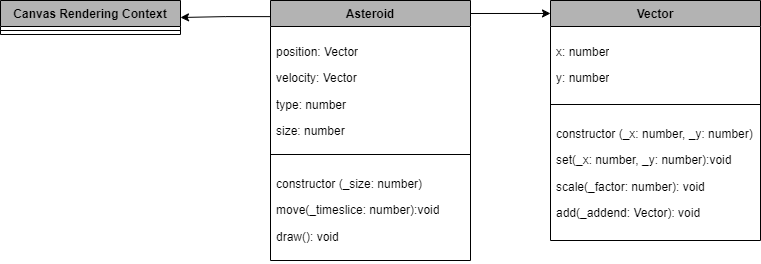
This is AsteroidsGame/Concept/Classes.png from JNiqua/Code-2, a draw.io export, as it was before one commit. Source tidied: cells renumbered, new cells last; positions are measured from the earlier drawing's top-left corner, leaving out a move shared by most shapes. Its diagram source:
```xml
<mxGraphModel background="#ffffff">
  <root>
    <mxCell id="0" />
    <mxCell id="1" parent="0" />
    <mxCell id="2" style="edgeStyle=orthogonalEdgeStyle;rounded=0;jettySize=auto;html=1;fontFamily=Helvetica;fontSize=12;fontColor=#000000;fontStyle=1;labelBackgroundColor=none;strokeColor=#000000;entryX=1;entryY=0.5;entryDx=0;entryDy=0;exitX=0.005;exitY=0.062;exitDx=0;exitDy=0;exitPerimeter=0;" parent="1" edge="1" source="3" target="7">
      <mxGeometry relative="1" as="geometry" />
    </mxCell>
    <mxCell id="3" value="Asteroid" style="swimlane;fontStyle=1;align=center;verticalAlign=top;horizontal=1;startSize=26;whiteSpace=wrap;html=1;strokeColor=#000000;swimlaneFillColor=#FFFFFF;fontFamily=Helvetica;fontSize=12;fontColor=#000000;labelBackgroundColor=none;fillColor=#B3B3B3;" parent="1" vertex="1">
      <mxGeometry x="270" width="200" height="260" as="geometry" />
    </mxCell>
    <mxCell id="4" value="&lt;p&gt;position: Vector&lt;/p&gt;&lt;p&gt;velocity: Vector&lt;/p&gt;&lt;p&gt;type: number&lt;/p&gt;&lt;p&gt;size: number&lt;/p&gt;" style="text;strokeColor=none;fillColor=none;align=left;verticalAlign=top;spacingLeft=4;spacingRight=4;overflow=hidden;whiteSpace=wrap;html=1;fontFamily=Helvetica;fontSize=12;fontColor=#000000;fontStyle=0;labelBackgroundColor=none;" parent="3" vertex="1">
      <mxGeometry y="26" width="200" height="124" as="geometry" />
    </mxCell>
    <mxCell id="5" style="line;strokeWidth=1;fillColor=none;align=left;verticalAlign=middle;spacingTop=-1;spacingLeft=3;spacingRight=3;labelPosition=right;strokeColor=inherit;swimlaneFillColor=#FFFFFF;fontFamily=Helvetica;fontSize=12;fontColor=#000000;fontStyle=0;labelBackgroundColor=none;" parent="3" vertex="1">
      <mxGeometry y="150" width="200" height="8" as="geometry" />
    </mxCell>
    <mxCell id="6" value="&lt;p&gt;constructor (_size: number)&lt;/p&gt;&lt;p&gt;&lt;/p&gt;&lt;p&gt;move(_timeslice: number):void&lt;/p&gt;&lt;p&gt;&lt;/p&gt;&lt;p&gt;draw(): void&amp;nbsp;&lt;/p&gt;" style="text;strokeColor=none;fillColor=none;align=left;verticalAlign=top;spacingLeft=4;spacingRight=4;overflow=hidden;points=[[0,0.5],[1,0.5]];portConstraint=eastwest;whiteSpace=wrap;html=1;fontFamily=Helvetica;fontSize=12;fontColor=#000000;fontStyle=0;labelBackgroundColor=none;" parent="3" vertex="1">
      <mxGeometry y="158" width="200" height="102" as="geometry" />
    </mxCell>
    <mxCell id="7" value="Canvas Rendering Context" style="swimlane;fontStyle=1;align=center;verticalAlign=top;horizontal=1;startSize=26;whiteSpace=wrap;html=1;strokeColor=#000000;swimlaneFillColor=#FFFFFF;fontFamily=Helvetica;fontSize=12;fontColor=#000000;labelBackgroundColor=none;fillColor=#B3B3B3;" parent="1" vertex="1">
      <mxGeometry width="180" height="34" as="geometry" />
    </mxCell>
    <mxCell id="8" style="line;strokeWidth=1;fillColor=none;align=left;verticalAlign=middle;spacingTop=-1;spacingLeft=3;spacingRight=3;labelPosition=right;strokeColor=inherit;swimlaneFillColor=#FFFFFF;fontFamily=Helvetica;fontSize=12;fontColor=#000000;fontStyle=0;labelBackgroundColor=none;" parent="7" vertex="1">
      <mxGeometry y="26" width="180" height="8" as="geometry" />
    </mxCell>
    <mxCell id="9" value="Vector" style="swimlane;fontStyle=1;align=center;verticalAlign=top;horizontal=1;startSize=26;whiteSpace=wrap;html=1;strokeColor=#000000;swimlaneFillColor=#FFFFFF;fontFamily=Helvetica;fontSize=12;fontColor=#000000;labelBackgroundColor=none;fillColor=#B3B3B3;" parent="1" vertex="1">
      <mxGeometry x="550" width="210" height="240" as="geometry" />
    </mxCell>
    <mxCell id="10" value="&lt;p&gt;x: number&lt;/p&gt;&lt;p&gt;y: number&lt;/p&gt;" style="text;strokeColor=none;fillColor=none;align=left;verticalAlign=top;spacingLeft=4;spacingRight=4;overflow=hidden;whiteSpace=wrap;html=1;fontFamily=Helvetica;fontSize=12;fontColor=#000000;fontStyle=0;labelBackgroundColor=none;" parent="9" vertex="1">
      <mxGeometry y="26" width="210" height="74" as="geometry" />
    </mxCell>
    <mxCell id="11" style="line;strokeWidth=1;fillColor=none;align=left;verticalAlign=middle;spacingTop=-1;spacingLeft=3;spacingRight=3;labelPosition=right;strokeColor=inherit;swimlaneFillColor=#FFFFFF;fontFamily=Helvetica;fontSize=12;fontColor=#000000;fontStyle=0;labelBackgroundColor=none;" parent="9" vertex="1">
      <mxGeometry y="100" width="210" height="8" as="geometry" />
    </mxCell>
    <mxCell id="12" value="&lt;p&gt;constructor (_x: number, _y: number)&lt;/p&gt;&lt;p&gt;&lt;/p&gt;&lt;p&gt;set(_x: number, _y: number):void&amp;nbsp;&lt;/p&gt;&lt;p&gt;&lt;/p&gt;&lt;p&gt;scale(_factor: number): void&lt;/p&gt;&lt;p&gt;&lt;/p&gt;&lt;p&gt;add(_addend: Vector): void&lt;/p&gt;" style="text;strokeColor=none;fillColor=none;align=left;verticalAlign=top;spacingLeft=4;spacingRight=4;overflow=hidden;whiteSpace=wrap;html=1;fontFamily=Helvetica;fontSize=12;fontColor=#000000;fontStyle=0;labelBackgroundColor=none;" parent="9" vertex="1">
      <mxGeometry y="108" width="210" height="132" as="geometry" />
    </mxCell>
    <mxCell id="13" style="edgeStyle=orthogonalEdgeStyle;shape=connector;rounded=0;jettySize=auto;html=1;exitX=1;exitY=0.05;exitDx=0;exitDy=0;entryX=0;entryY=0.054;entryDx=0;entryDy=0;entryPerimeter=0;strokeColor=#000000;align=center;verticalAlign=middle;fontFamily=Helvetica;fontSize=12;fontColor=#000000;fontStyle=1;labelBackgroundColor=none;endArrow=classic;exitPerimeter=0;" parent="1" edge="1" source="3" target="9">
      <mxGeometry relative="1" as="geometry" />
    </mxCell>
  </root>
</mxGraphModel>
```
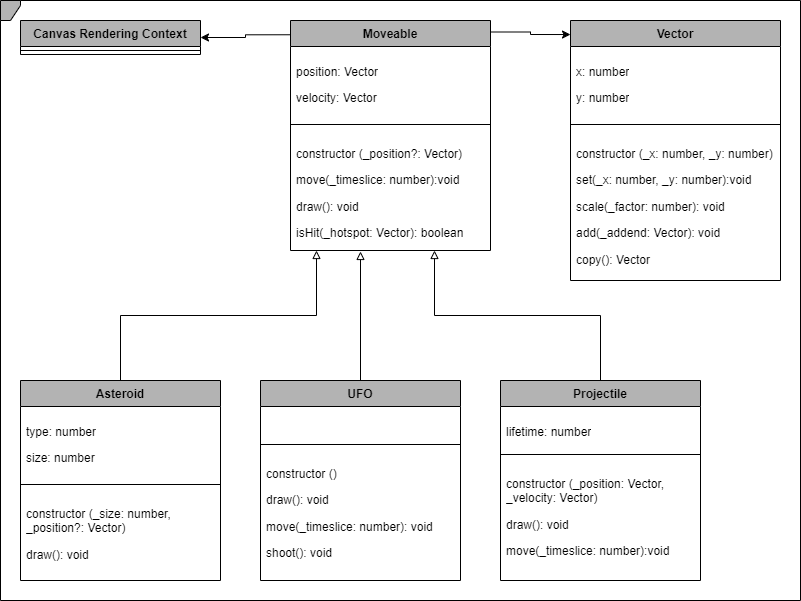
The same file after the commit.

Diff of the diagram source:
```diff
@@ -2,29 +2,32 @@
   <root>
     <mxCell id="0" />
     <mxCell id="1" parent="0" />
+    <mxCell id="14" style="shape=umlFrame;whiteSpace=wrap;html=1;width=20;strokeColor=#000000;align=center;verticalAlign=top;swimlaneFillColor=#FFFFFF;fontFamily=Helvetica;fontSize=12;fontColor=#000000;fontStyle=1;labelBackgroundColor=none;fillColor=#B3B3B3;height=20;" parent="1" vertex="1">
+      <mxGeometry x="-30" y="-20" width="800" height="600" as="geometry" />
+    </mxCell>
-    <mxCell id="2" style="edgeStyle=orthogonalEdgeStyle;rounded=0;jettySize=auto;html=1;fontFamily=Helvetica;fontSize=12;fontColor=#000000;fontStyle=1;labelBackgroundColor=none;strokeColor=#000000;entryX=1;entryY=0.5;entryDx=0;entryDy=0;exitX=0.005;exitY=0.062;exitDx=0;exitDy=0;exitPerimeter=0;" parent="1" edge="1" source="3" target="7">
+    <mxCell id="2" style="edgeStyle=orthogonalEdgeStyle;rounded=0;jettySize=auto;html=1;fontFamily=Helvetica;fontSize=12;fontColor=#000000;fontStyle=1;labelBackgroundColor=none;strokeColor=#000000;entryX=1;entryY=0.5;entryDx=0;entryDy=0;exitX=0.005;exitY=0.062;exitDx=0;exitDy=0;exitPerimeter=0;" parent="14" edge="1" source="3" target="7">
       <mxGeometry relative="1" as="geometry" />
     </mxCell>
-    <mxCell id="3" value="Asteroid" style="swimlane;fontStyle=1;align=center;verticalAlign=top;horizontal=1;startSize=26;whiteSpace=wrap;html=1;strokeColor=#000000;swimlaneFillColor=#FFFFFF;fontFamily=Helvetica;fontSize=12;fontColor=#000000;labelBackgroundColor=none;fillColor=#B3B3B3;" parent="1" vertex="1">
-      <mxGeometry x="270" width="200" height="260" as="geometry" />
+    <mxCell id="3" value="Moveable" style="swimlane;fontStyle=1;align=center;verticalAlign=top;horizontal=1;startSize=26;whiteSpace=wrap;html=1;strokeColor=#000000;swimlaneFillColor=#FFFFFF;fontFamily=Helvetica;fontSize=12;fontColor=#000000;labelBackgroundColor=none;fillColor=#B3B3B3;" parent="14" vertex="1">
+      <mxGeometry x="290" y="20" width="200" height="230" as="geometry" />
     </mxCell>
-    <mxCell id="4" value="&lt;p&gt;position: Vector&lt;/p&gt;&lt;p&gt;velocity: Vector&lt;/p&gt;&lt;p&gt;type: number&lt;/p&gt;&lt;p&gt;size: number&lt;/p&gt;" style="text;strokeColor=none;fillColor=none;align=left;verticalAlign=top;spacingLeft=4;spacingRight=4;overflow=hidden;whiteSpace=wrap;html=1;fontFamily=Helvetica;fontSize=12;fontColor=#000000;fontStyle=0;labelBackgroundColor=none;" parent="3" vertex="1">
-      <mxGeometry y="26" width="200" height="124" as="geometry" />
+    <mxCell id="4" value="&lt;p&gt;position: Vector&lt;/p&gt;&lt;p&gt;velocity: Vector&lt;/p&gt;" style="text;strokeColor=none;fillColor=none;align=left;verticalAlign=top;spacingLeft=4;spacingRight=4;overflow=hidden;whiteSpace=wrap;html=1;fontFamily=Helvetica;fontSize=12;fontColor=#000000;fontStyle=0;labelBackgroundColor=none;" parent="3" vertex="1">
+      <mxGeometry y="26" width="200" height="74" as="geometry" />
     </mxCell>
     <mxCell id="5" style="line;strokeWidth=1;fillColor=none;align=left;verticalAlign=middle;spacingTop=-1;spacingLeft=3;spacingRight=3;labelPosition=right;strokeColor=inherit;swimlaneFillColor=#FFFFFF;fontFamily=Helvetica;fontSize=12;fontColor=#000000;fontStyle=0;labelBackgroundColor=none;" parent="3" vertex="1">
-      <mxGeometry y="150" width="200" height="8" as="geometry" />
+      <mxGeometry y="100" width="200" height="8" as="geometry" />
     </mxCell>
-    <mxCell id="6" value="&lt;p&gt;constructor (_size: number)&lt;/p&gt;&lt;p&gt;&lt;/p&gt;&lt;p&gt;move(_timeslice: number):void&lt;/p&gt;&lt;p&gt;&lt;/p&gt;&lt;p&gt;draw(): void&amp;nbsp;&lt;/p&gt;" style="text;strokeColor=none;fillColor=none;align=left;verticalAlign=top;spacingLeft=4;spacingRight=4;overflow=hidden;points=[[0,0.5],[1,0.5]];portConstraint=eastwest;whiteSpace=wrap;html=1;fontFamily=Helvetica;fontSize=12;fontColor=#000000;fontStyle=0;labelBackgroundColor=none;" parent="3" vertex="1">
-      <mxGeometry y="158" width="200" height="102" as="geometry" />
+    <mxCell id="6" value="&lt;p&gt;constructor (_position?: Vector)&lt;/p&gt;&lt;p&gt;&lt;/p&gt;&lt;p&gt;move(_timeslice: number):void&lt;/p&gt;&lt;p&gt;&lt;/p&gt;&lt;p&gt;draw(): void&amp;nbsp;&lt;/p&gt;&lt;p&gt;isHit(_hotspot: Vector): boolean&lt;/p&gt;" style="text;strokeColor=none;fillColor=none;align=left;verticalAlign=top;spacingLeft=4;spacingRight=4;overflow=hidden;points=[[0,0.5],[1,0.5]];portConstraint=eastwest;whiteSpace=wrap;html=1;fontFamily=Helvetica;fontSize=12;fontColor=#000000;fontStyle=0;labelBackgroundColor=none;" parent="3" vertex="1">
+      <mxGeometry y="108" width="200" height="122" as="geometry" />
     </mxCell>
-    <mxCell id="7" value="Canvas Rendering Context" style="swimlane;fontStyle=1;align=center;verticalAlign=top;horizontal=1;startSize=26;whiteSpace=wrap;html=1;strokeColor=#000000;swimlaneFillColor=#FFFFFF;fontFamily=Helvetica;fontSize=12;fontColor=#000000;labelBackgroundColor=none;fillColor=#B3B3B3;" parent="1" vertex="1">
-      <mxGeometry width="180" height="34" as="geometry" />
+    <mxCell id="7" value="Canvas Rendering Context" style="swimlane;fontStyle=1;align=center;verticalAlign=top;horizontal=1;startSize=26;whiteSpace=wrap;html=1;strokeColor=#000000;swimlaneFillColor=#FFFFFF;fontFamily=Helvetica;fontSize=12;fontColor=#000000;labelBackgroundColor=none;fillColor=#B3B3B3;" parent="14" vertex="1">
+      <mxGeometry x="20" y="20" width="180" height="34" as="geometry" />
     </mxCell>
     <mxCell id="8" style="line;strokeWidth=1;fillColor=none;align=left;verticalAlign=middle;spacingTop=-1;spacingLeft=3;spacingRight=3;labelPosition=right;strokeColor=inherit;swimlaneFillColor=#FFFFFF;fontFamily=Helvetica;fontSize=12;fontColor=#000000;fontStyle=0;labelBackgroundColor=none;" parent="7" vertex="1">
       <mxGeometry y="26" width="180" height="8" as="geometry" />
     </mxCell>
-    <mxCell id="9" value="Vector" style="swimlane;fontStyle=1;align=center;verticalAlign=top;horizontal=1;startSize=26;whiteSpace=wrap;html=1;strokeColor=#000000;swimlaneFillColor=#FFFFFF;fontFamily=Helvetica;fontSize=12;fontColor=#000000;labelBackgroundColor=none;fillColor=#B3B3B3;" parent="1" vertex="1">
-      <mxGeometry x="550" width="210" height="240" as="geometry" />
+    <mxCell id="9" value="Vector" style="swimlane;fontStyle=1;align=center;verticalAlign=top;horizontal=1;startSize=26;whiteSpace=wrap;html=1;strokeColor=#000000;swimlaneFillColor=#FFFFFF;fontFamily=Helvetica;fontSize=12;fontColor=#000000;labelBackgroundColor=none;fillColor=#B3B3B3;" parent="14" vertex="1">
+      <mxGeometry x="570" y="20" width="210" height="260" as="geometry" />
     </mxCell>
     <mxCell id="10" value="&lt;p&gt;x: number&lt;/p&gt;&lt;p&gt;y: number&lt;/p&gt;" style="text;strokeColor=none;fillColor=none;align=left;verticalAlign=top;spacingLeft=4;spacingRight=4;overflow=hidden;whiteSpace=wrap;html=1;fontFamily=Helvetica;fontSize=12;fontColor=#000000;fontStyle=0;labelBackgroundColor=none;" parent="9" vertex="1">
       <mxGeometry y="26" width="210" height="74" as="geometry" />
@@ -32,11 +35,56 @@
     <mxCell id="11" style="line;strokeWidth=1;fillColor=none;align=left;verticalAlign=middle;spacingTop=-1;spacingLeft=3;spacingRight=3;labelPosition=right;strokeColor=inherit;swimlaneFillColor=#FFFFFF;fontFamily=Helvetica;fontSize=12;fontColor=#000000;fontStyle=0;labelBackgroundColor=none;" parent="9" vertex="1">
       <mxGeometry y="100" width="210" height="8" as="geometry" />
     </mxCell>
-    <mxCell id="12" value="&lt;p&gt;constructor (_x: number, _y: number)&lt;/p&gt;&lt;p&gt;&lt;/p&gt;&lt;p&gt;set(_x: number, _y: number):void&amp;nbsp;&lt;/p&gt;&lt;p&gt;&lt;/p&gt;&lt;p&gt;scale(_factor: number): void&lt;/p&gt;&lt;p&gt;&lt;/p&gt;&lt;p&gt;add(_addend: Vector): void&lt;/p&gt;" style="text;strokeColor=none;fillColor=none;align=left;verticalAlign=top;spacingLeft=4;spacingRight=4;overflow=hidden;whiteSpace=wrap;html=1;fontFamily=Helvetica;fontSize=12;fontColor=#000000;fontStyle=0;labelBackgroundColor=none;" parent="9" vertex="1">
-      <mxGeometry y="108" width="210" height="132" as="geometry" />
+    <mxCell id="12" value="&lt;p&gt;constructor (_x: number, _y: number)&lt;/p&gt;&lt;p&gt;&lt;/p&gt;&lt;p&gt;set(_x: number, _y: number):void&amp;nbsp;&lt;/p&gt;&lt;p&gt;&lt;/p&gt;&lt;p&gt;scale(_factor: number): void&lt;/p&gt;&lt;p&gt;&lt;/p&gt;&lt;p&gt;add(_addend: Vector): void&lt;/p&gt;&lt;p&gt;copy(): Vector&lt;/p&gt;" style="text;strokeColor=none;fillColor=none;align=left;verticalAlign=top;spacingLeft=4;spacingRight=4;overflow=hidden;whiteSpace=wrap;html=1;fontFamily=Helvetica;fontSize=12;fontColor=#000000;fontStyle=0;labelBackgroundColor=none;" parent="9" vertex="1">
+      <mxGeometry y="108" width="210" height="152" as="geometry" />
     </mxCell>
-    <mxCell id="13" style="edgeStyle=orthogonalEdgeStyle;shape=connector;rounded=0;jettySize=auto;html=1;exitX=1;exitY=0.05;exitDx=0;exitDy=0;entryX=0;entryY=0.054;entryDx=0;entryDy=0;entryPerimeter=0;strokeColor=#000000;align=center;verticalAlign=middle;fontFamily=Helvetica;fontSize=12;fontColor=#000000;fontStyle=1;labelBackgroundColor=none;endArrow=classic;exitPerimeter=0;" parent="1" edge="1" source="3" target="9">
+    <mxCell id="13" style="edgeStyle=orthogonalEdgeStyle;shape=connector;rounded=0;jettySize=auto;html=1;exitX=1;exitY=0.05;exitDx=0;exitDy=0;entryX=0;entryY=0.054;entryDx=0;entryDy=0;entryPerimeter=0;strokeColor=#000000;align=center;verticalAlign=middle;fontFamily=Helvetica;fontSize=12;fontColor=#000000;fontStyle=1;labelBackgroundColor=none;endArrow=classic;exitPerimeter=0;" parent="14" edge="1" source="3" target="9">
       <mxGeometry relative="1" as="geometry" />
     </mxCell>
+    <mxCell id="15" value="Asteroid" style="swimlane;fontStyle=1;align=center;verticalAlign=top;horizontal=1;startSize=26;whiteSpace=wrap;html=1;strokeColor=#000000;swimlaneFillColor=#FFFFFF;fontFamily=Helvetica;fontSize=12;fontColor=#000000;labelBackgroundColor=none;fillColor=#B3B3B3;" parent="14" vertex="1">
+      <mxGeometry x="20" y="380" width="200" height="200" as="geometry" />
+    </mxCell>
+    <mxCell id="16" value="&lt;p&gt;&lt;span style=&quot;background-color: initial;&quot;&gt;type: number&lt;/span&gt;&lt;br&gt;&lt;/p&gt;&lt;p&gt;size: number&lt;/p&gt;" style="text;strokeColor=none;fillColor=none;align=left;verticalAlign=top;spacingLeft=4;spacingRight=4;overflow=hidden;whiteSpace=wrap;html=1;fontFamily=Helvetica;fontSize=12;fontColor=#000000;fontStyle=0;labelBackgroundColor=none;" parent="15" vertex="1">
+      <mxGeometry y="26" width="200" height="74" as="geometry" />
+    </mxCell>
+    <mxCell id="17" style="line;strokeWidth=1;fillColor=none;align=left;verticalAlign=middle;spacingTop=-1;spacingLeft=3;spacingRight=3;labelPosition=right;strokeColor=inherit;swimlaneFillColor=#FFFFFF;fontFamily=Helvetica;fontSize=12;fontColor=#000000;fontStyle=0;labelBackgroundColor=none;" parent="15" vertex="1">
+      <mxGeometry y="100" width="200" height="8" as="geometry" />
+    </mxCell>
+    <mxCell id="18" value="&lt;p&gt;constructor (_size: number, _position?: Vector)&lt;/p&gt;&lt;p&gt;&lt;/p&gt;&lt;p&gt;&lt;span style=&quot;background-color: initial;&quot;&gt;draw(): void&amp;nbsp;&lt;/span&gt;&lt;br&gt;&lt;/p&gt;" style="text;strokeColor=none;fillColor=none;align=left;verticalAlign=top;spacingLeft=4;spacingRight=4;overflow=hidden;whiteSpace=wrap;html=1;fontFamily=Helvetica;fontSize=12;fontColor=#000000;fontStyle=0;labelBackgroundColor=none;" parent="15" vertex="1">
+      <mxGeometry y="108" width="200" height="92" as="geometry" />
+    </mxCell>
+    <mxCell id="19" value="UFO" style="swimlane;fontStyle=1;align=center;verticalAlign=top;horizontal=1;startSize=26;whiteSpace=wrap;html=1;strokeColor=#000000;swimlaneFillColor=#FFFFFF;fontFamily=Helvetica;fontSize=12;fontColor=#000000;labelBackgroundColor=none;fillColor=#B3B3B3;" parent="14" vertex="1">
+      <mxGeometry x="260" y="380" width="200" height="200" as="geometry" />
+    </mxCell>
+    <mxCell id="20" value="&lt;p&gt;&lt;br&gt;&lt;/p&gt;" style="text;strokeColor=none;fillColor=none;align=left;verticalAlign=top;spacingLeft=4;spacingRight=4;overflow=hidden;whiteSpace=wrap;html=1;fontFamily=Helvetica;fontSize=12;fontColor=#000000;fontStyle=0;labelBackgroundColor=none;" parent="19" vertex="1">
+      <mxGeometry y="26" width="200" height="34" as="geometry" />
+    </mxCell>
+    <mxCell id="21" style="line;strokeWidth=1;fillColor=none;align=left;verticalAlign=middle;spacingTop=-1;spacingLeft=3;spacingRight=3;labelPosition=right;strokeColor=inherit;swimlaneFillColor=#FFFFFF;fontFamily=Helvetica;fontSize=12;fontColor=#000000;fontStyle=0;labelBackgroundColor=none;" parent="19" vertex="1">
+      <mxGeometry y="60" width="200" height="8" as="geometry" />
+    </mxCell>
+    <mxCell id="22" value="&lt;p&gt;constructor ()&lt;/p&gt;&lt;p&gt;&lt;/p&gt;&lt;p&gt;&lt;span style=&quot;background-color: initial;&quot;&gt;draw(): void&amp;nbsp;&lt;/span&gt;&lt;br&gt;&lt;/p&gt;&lt;p&gt;&lt;span style=&quot;background-color: initial;&quot;&gt;move(_timeslice: number): void&lt;/span&gt;&lt;/p&gt;&lt;p&gt;&lt;span style=&quot;background-color: initial;&quot;&gt;shoot(): void&lt;/span&gt;&lt;/p&gt;" style="text;strokeColor=none;fillColor=none;align=left;verticalAlign=top;spacingLeft=4;spacingRight=4;overflow=hidden;whiteSpace=wrap;html=1;fontFamily=Helvetica;fontSize=12;fontColor=#000000;fontStyle=0;labelBackgroundColor=none;" parent="19" vertex="1">
+      <mxGeometry y="68" width="200" height="132" as="geometry" />
+    </mxCell>
+    <mxCell id="23" value="Projectile" style="swimlane;fontStyle=1;align=center;verticalAlign=top;horizontal=1;startSize=26;whiteSpace=wrap;html=1;strokeColor=#000000;swimlaneFillColor=#FFFFFF;fontFamily=Helvetica;fontSize=12;fontColor=#000000;labelBackgroundColor=none;fillColor=#B3B3B3;" parent="14" vertex="1">
+      <mxGeometry x="500" y="380" width="200" height="200" as="geometry" />
+    </mxCell>
+    <mxCell id="24" value="&lt;p&gt;lifetime: number&lt;/p&gt;" style="text;strokeColor=none;fillColor=none;align=left;verticalAlign=top;spacingLeft=4;spacingRight=4;overflow=hidden;whiteSpace=wrap;html=1;fontFamily=Helvetica;fontSize=12;fontColor=#000000;fontStyle=0;labelBackgroundColor=none;" parent="23" vertex="1">
+      <mxGeometry y="26" width="200" height="44" as="geometry" />
+    </mxCell>
+    <mxCell id="25" style="line;strokeWidth=1;fillColor=none;align=left;verticalAlign=middle;spacingTop=-1;spacingLeft=3;spacingRight=3;labelPosition=right;strokeColor=inherit;swimlaneFillColor=#FFFFFF;fontFamily=Helvetica;fontSize=12;fontColor=#000000;fontStyle=0;labelBackgroundColor=none;" parent="23" vertex="1">
+      <mxGeometry y="70" width="200" height="8" as="geometry" />
+    </mxCell>
+    <mxCell id="26" value="&lt;p&gt;constructor (_position: Vector, _velocity: Vector)&lt;/p&gt;&lt;p&gt;&lt;/p&gt;&lt;p&gt;&lt;span style=&quot;&quot;&gt;draw(): void&amp;nbsp;&lt;/span&gt;&lt;br&gt;&lt;/p&gt;&lt;p&gt;&lt;/p&gt;&lt;p style=&quot;forced-color-adjust: none; border-color: rgb(0, 0, 0); color: rgb(0, 0, 0); font-family: Helvetica; font-size: 12px; font-style: normal; font-variant-ligatures: normal; font-variant-caps: normal; font-weight: 400; letter-spacing: normal; orphans: 2; text-align: left; text-indent: 0px; text-transform: none; widows: 2; word-spacing: 0px; -webkit-text-stroke-width: 0px; white-space: normal; text-decoration-thickness: initial; text-decoration-style: initial; text-decoration-color: initial;&quot;&gt;&lt;/p&gt;&lt;p&gt;&lt;/p&gt;&lt;p style=&quot;forced-color-adjust: none; border-color: rgb(0, 0, 0); color: rgb(0, 0, 0); font-family: Helvetica; font-size: 12px; font-style: normal; font-variant-ligatures: normal; font-variant-caps: normal; font-weight: 400; letter-spacing: normal; orphans: 2; text-align: left; text-indent: 0px; text-transform: none; widows: 2; word-spacing: 0px; -webkit-text-stroke-width: 0px; white-space: normal; text-decoration-thickness: initial; text-decoration-style: initial; text-decoration-color: initial;&quot;&gt;move(_timeslice: number):void&lt;/p&gt;" style="text;strokeColor=none;fillColor=none;align=left;verticalAlign=top;spacingLeft=4;spacingRight=4;overflow=hidden;whiteSpace=wrap;html=1;fontFamily=Helvetica;fontSize=12;fontColor=#000000;fontStyle=0;labelBackgroundColor=none;" parent="23" vertex="1">
+      <mxGeometry y="78" width="200" height="122" as="geometry" />
+    </mxCell>
+    <mxCell id="27" style="edgeStyle=orthogonalEdgeStyle;shape=connector;rounded=0;jettySize=auto;html=1;exitX=0.5;exitY=0;exitDx=0;exitDy=0;entryX=0.13;entryY=1;entryDx=0;entryDy=0;entryPerimeter=0;strokeColor=#000000;align=center;verticalAlign=middle;fontFamily=Helvetica;fontSize=12;fontColor=#000000;fontStyle=1;labelBackgroundColor=none;endArrow=block;endFill=0;" parent="14" edge="1" source="15" target="6">
+      <mxGeometry relative="1" as="geometry" />
+    </mxCell>
+    <mxCell id="28" style="edgeStyle=orthogonalEdgeStyle;shape=connector;rounded=0;jettySize=auto;html=1;exitX=0.5;exitY=0;exitDx=0;exitDy=0;entryX=0.35;entryY=1.008;entryDx=0;entryDy=0;entryPerimeter=0;strokeColor=#000000;align=center;verticalAlign=middle;fontFamily=Helvetica;fontSize=12;fontColor=#000000;fontStyle=1;labelBackgroundColor=none;endArrow=block;endFill=0;" parent="14" edge="1" source="19" target="6">
+      <mxGeometry relative="1" as="geometry" />
+    </mxCell>
+    <mxCell id="29" style="edgeStyle=orthogonalEdgeStyle;shape=connector;rounded=0;jettySize=auto;html=1;exitX=0.5;exitY=0;exitDx=0;exitDy=0;entryX=0.72;entryY=1;entryDx=0;entryDy=0;entryPerimeter=0;strokeColor=#000000;align=center;verticalAlign=middle;fontFamily=Helvetica;fontSize=12;fontColor=#000000;fontStyle=1;labelBackgroundColor=none;endArrow=block;endFill=0;" parent="14" edge="1" source="23" target="6">
+      <mxGeometry relative="1" as="geometry" />
+    </mxCell>
   </root>
 </mxGraphModel>
```
